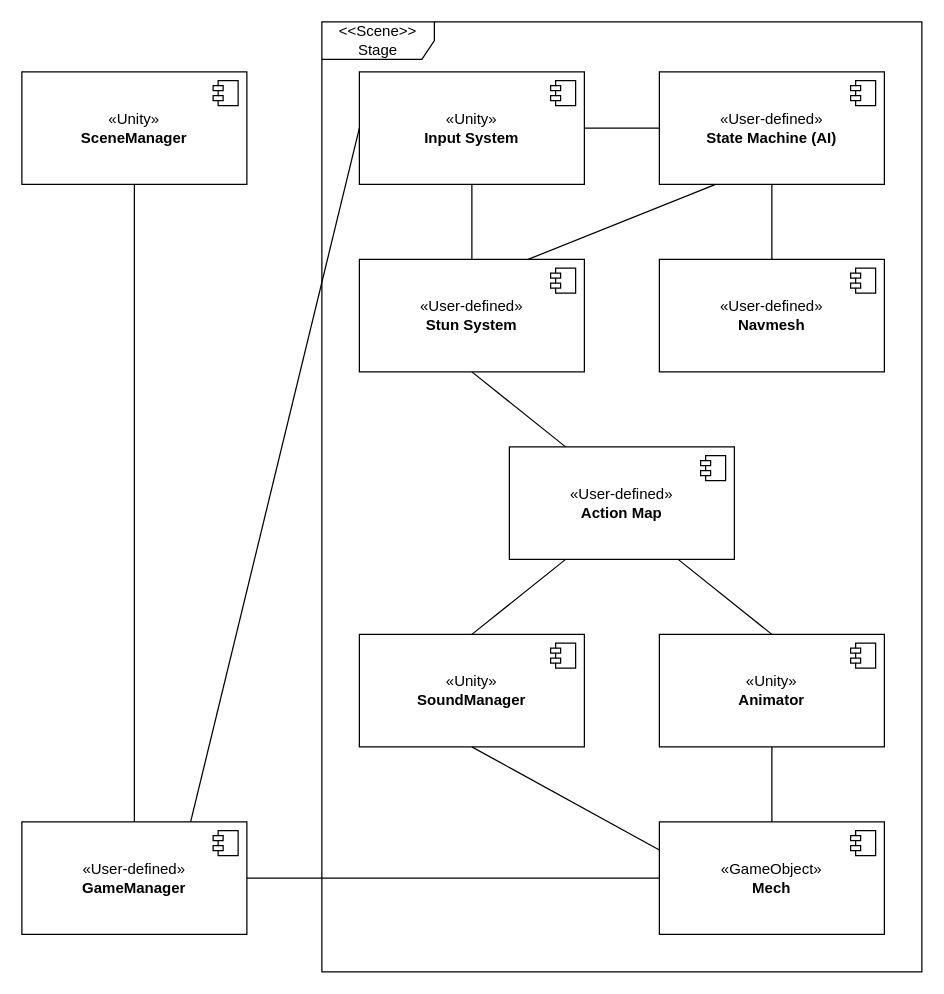
Above: page "Component Diagram" (11 of 11) of Diagrams/Mechanics Overview.drawio in NotTom31/MechroKnights (draw.io), before the change. Source tidied: cells renumbered, new cells numbered last; positions are measured from the earlier drawing's top-left corner, leaving out a move shared by most shapes. Both pictures are drawn from the tidied source at 125%, with x=0, y=0 at pixel (21, 21).
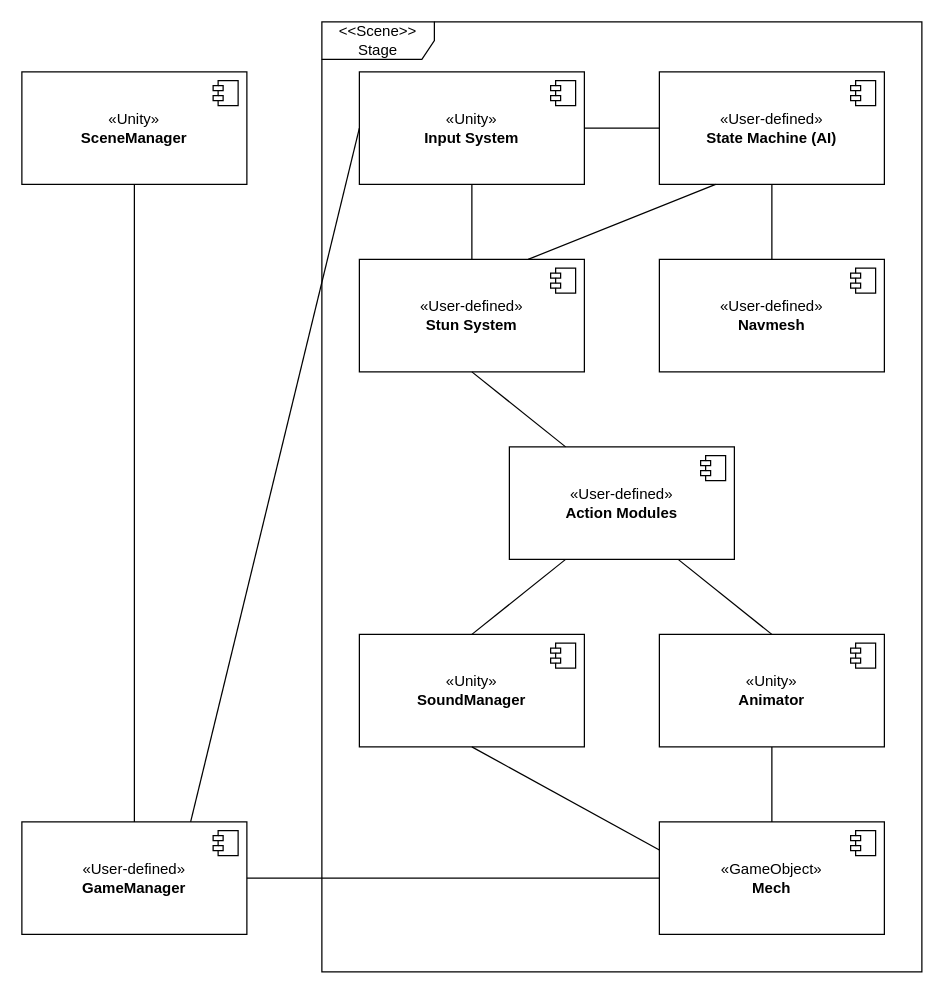
After the change.

Diff of the diagram source:
```diff
@@
-    <mxCell id="12" value="«User-defined»&lt;br&gt;&lt;b&gt;Action Map&lt;/b&gt;" style="html=1;whiteSpace=wrap;" parent="1" vertex="1">
+    <mxCell id="12" value="«User-defined»&lt;br&gt;&lt;b&gt;Action Modules&lt;br&gt;&lt;/b&gt;" style="html=1;whiteSpace=wrap;" parent="1" vertex="1">
       <mxGeometry x="390" y="340" width="180" height="90" as="geometry" />
     </mxCell>
```
